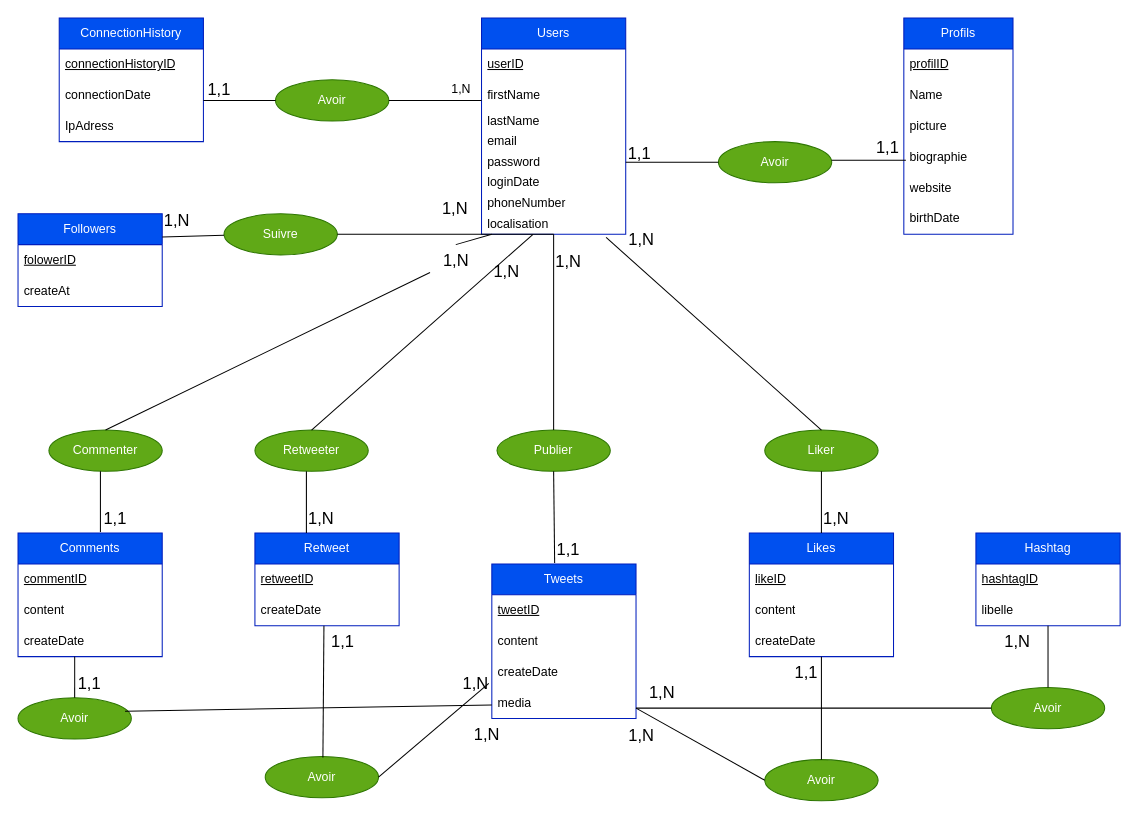
Above: MCD XCLONE.drawio in Claude-Mutela/mcd-diagramme (draw.io), before the change. Source tidied: cells renumbered, new cells numbered last; positions are measured from the earlier drawing's top-left corner, leaving out a move shared by most shapes. Both pictures are drawn from the tidied source at 103%, with x=0, y=0 at pixel (18, 18).
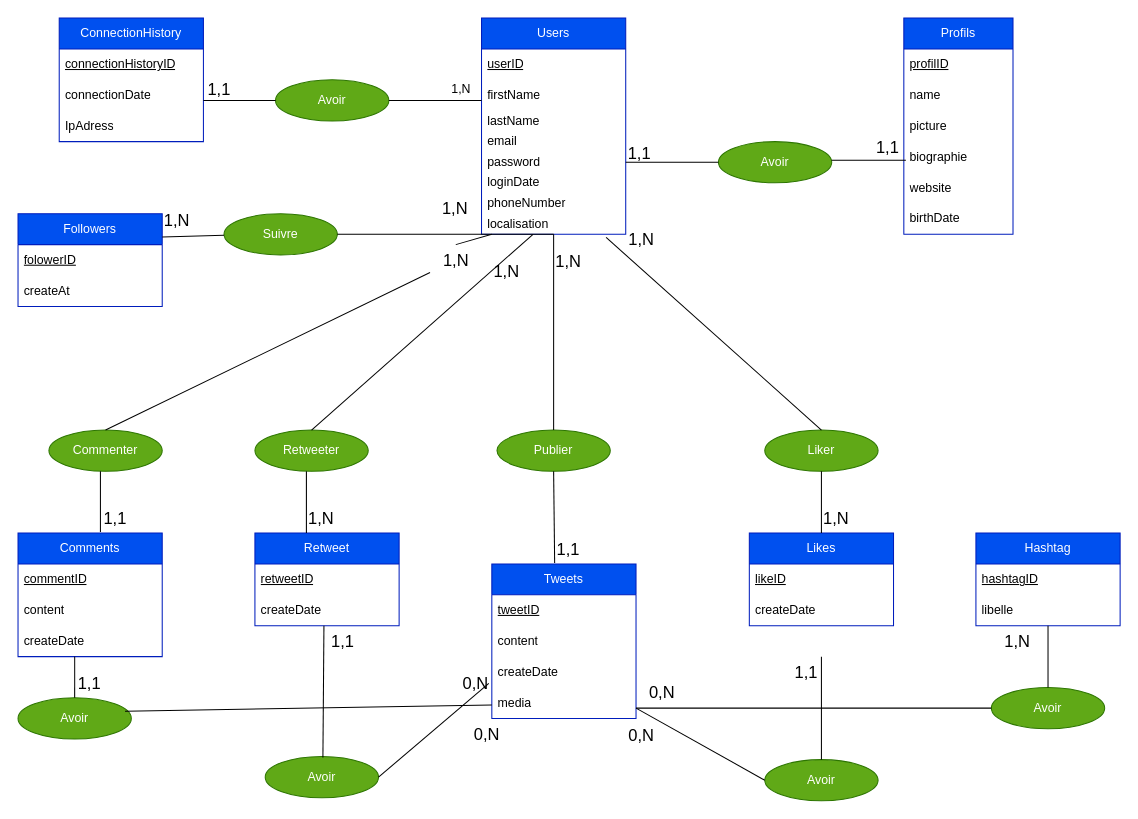
After the change.

Commit message:
Mettre à jour des cardialités MCD XCLONE.drawio

Unchanged cells that the change refers to:
```xml
<mxCell id="11" value="Profils" style="swimlane;fontStyle=0;horizontal=1;startSize=30;whiteSpace=wrap;html=1;fillColor=#0050ef;fontColor=#ffffff;strokeColor=#001DBC;" parent="1" vertex="1">
  <mxGeometry x="860" width="106" height="210" as="geometry" />
</mxCell>
```

Diff of the diagram source:
```diff
@@
-    <mxCell id="13" value="Name" style="text;strokeColor=none;fillColor=none;align=left;verticalAlign=middle;spacingLeft=4;spacingRight=4;overflow=hidden;whiteSpace=wrap;html=1;" parent="11" vertex="1">
+    <mxCell id="13" value="name" style="text;strokeColor=none;fillColor=none;align=left;verticalAlign=middle;spacingLeft=4;spacingRight=4;overflow=hidden;whiteSpace=wrap;html=1;" parent="11" vertex="1">
       <mxGeometry y="60" width="106" height="30" as="geometry" />
     </mxCell>
@@
     <mxCell id="31" value="Likes" style="swimlane;fontStyle=0;horizontal=1;startSize=30;whiteSpace=wrap;html=1;fillColor=#0050ef;fontColor=#ffffff;strokeColor=#001DBC;" parent="1" vertex="1">
-      <mxGeometry x="710" y="500" width="140" height="120" as="geometry" />
+      <mxGeometry x="710" y="500" width="140" height="90" as="geometry" />
     </mxCell>
@@
-    <mxCell id="33" value="content" style="text;strokeColor=none;fillColor=none;align=left;verticalAlign=middle;spacingLeft=4;spacingRight=4;overflow=hidden;whiteSpace=wrap;html=1;" parent="31" vertex="1">
-      <mxGeometry y="60" width="140" height="30" as="geometry" />
-    </mxCell>
     <mxCell id="34" value="createDate" style="text;strokeColor=none;fillColor=none;align=left;verticalAlign=middle;spacingLeft=4;spacingRight=4;overflow=hidden;whiteSpace=wrap;html=1;" parent="31" vertex="1">
-      <mxGeometry y="90" width="140" height="30" as="geometry" />
+      <mxGeometry y="60" width="140" height="30" as="geometry" />
     </mxCell>
@@
-    <mxCell id="82" value="1,N" style="text;html=1;align=center;verticalAlign=middle;strokeColor=none;fillColor=none;fontSize=16;" parent="1" vertex="1">
+    <mxCell id="82" value="0,N" style="text;html=1;align=center;verticalAlign=middle;strokeColor=none;fillColor=none;fontSize=16;" parent="1" vertex="1">
       <mxGeometry x="600" y="640" width="50" height="30" as="geometry" />
     </mxCell>
@@
-    <mxCell id="84" value="1,N" style="text;html=1;align=center;verticalAlign=middle;strokeColor=none;fillColor=none;fontSize=16;" parent="1" vertex="1">
+    <mxCell id="84" value="0,N" style="text;html=1;align=center;verticalAlign=middle;strokeColor=none;fillColor=none;fontSize=16;" parent="1" vertex="1">
       <mxGeometry x="580" y="681" width="50" height="30" as="geometry" />
     </mxCell>
@@
-    <mxCell id="86" value="1,N" style="text;html=1;align=center;verticalAlign=middle;strokeColor=none;fillColor=none;fontSize=16;" parent="1" vertex="1">
+    <mxCell id="86" value="0,N" style="text;html=1;align=center;verticalAlign=middle;strokeColor=none;fillColor=none;fontSize=16;" parent="1" vertex="1">
       <mxGeometry x="419" y="631" width="50" height="30" as="geometry" />
     </mxCell>
-    <mxCell id="87" value="1,N" style="text;html=1;align=center;verticalAlign=middle;strokeColor=none;fillColor=none;fontSize=16;" parent="1" vertex="1">
+    <mxCell id="87" value="0,N" style="text;html=1;align=center;verticalAlign=middle;strokeColor=none;fillColor=none;fontSize=16;" parent="1" vertex="1">
       <mxGeometry x="430" y="680" width="50" height="30" as="geometry" />
     </mxCell>
```
